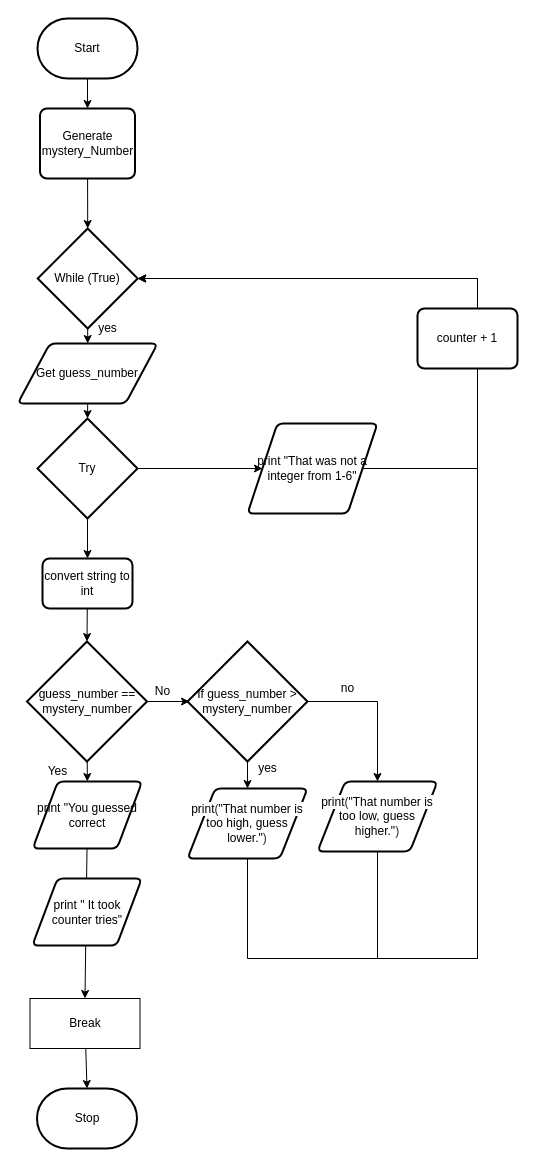
This is flowchart.drawio from Seti-Ngabo/ics4u-unit1-04-typescript, a draw.io file, before an edit. Source tidied: cells renumbered, new cells numbered last; positions are measured from the earlier drawing's top-left corner, leaving out a move shared by most shapes. Both pictures are drawn from the tidied source at 100%, with x=0, y=0 at pixel (17, 18).
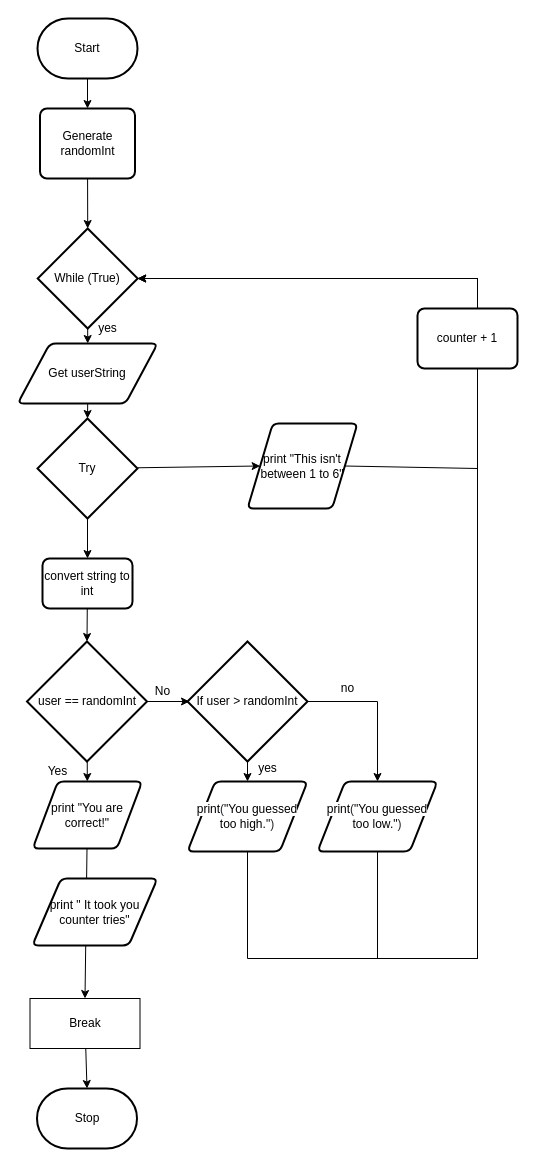
Above is the later version.

Diff of the diagram source:
```diff
@@
-    <mxCell id="5" value="print &quot;You guessed correct" style="shape=parallelogram;html=1;strokeWidth=2;perimeter=parallelogramPerimeter;whiteSpace=wrap;rounded=1;arcSize=12;size=0.23;" parent="1" vertex="1">
+    <mxCell id="5" value="print &quot;You are correct!&quot;" style="shape=parallelogram;html=1;strokeWidth=2;perimeter=parallelogramPerimeter;whiteSpace=wrap;rounded=1;arcSize=12;size=0.23;" parent="1" vertex="1">
       <mxGeometry x="15.2" y="763" width="109.5" height="67" as="geometry" />
     </mxCell>
@@
-    <mxCell id="9" value="&lt;span&gt;guess_number == mystery_number&lt;/span&gt;" style="strokeWidth=2;html=1;shape=mxgraph.flowchart.decision;whiteSpace=wrap;" parent="1" vertex="1">
+    <mxCell id="9" value="&lt;span&gt;user == randomInt&lt;/span&gt;" style="strokeWidth=2;html=1;shape=mxgraph.flowchart.decision;whiteSpace=wrap;" parent="1" vertex="1">
       <mxGeometry x="9.5" y="623" width="120" height="120" as="geometry" />
     </mxCell>
@@
-    <mxCell id="11" value="&lt;span&gt;Generate mystery_Number&lt;/span&gt;" style="rounded=1;whiteSpace=wrap;html=1;absoluteArcSize=1;arcSize=14;strokeWidth=2;" parent="1" vertex="1">
+    <mxCell id="11" value="&lt;span&gt;Generate randomInt&lt;/span&gt;" style="rounded=1;whiteSpace=wrap;html=1;absoluteArcSize=1;arcSize=14;strokeWidth=2;" parent="1" vertex="1">
       <mxGeometry x="22.5" y="90" width="95" height="70" as="geometry" />
     </mxCell>
@@
-    <mxCell id="13" value="print &quot;That was not a integer from 1-6&quot;" style="shape=parallelogram;html=1;strokeWidth=2;perimeter=parallelogramPerimeter;whiteSpace=wrap;rounded=1;arcSize=12;size=0.23;" parent="1" vertex="1">
-      <mxGeometry x="230" y="405" width="130" height="90" as="geometry" />
+    <mxCell id="13" value="print &quot;This isn't between 1 to 6&quot;" style="shape=parallelogram;html=1;strokeWidth=2;perimeter=parallelogramPerimeter;whiteSpace=wrap;rounded=1;arcSize=12;size=0.23;" parent="1" vertex="1">
+      <mxGeometry x="230" y="405" width="110" height="85" as="geometry" />
     </mxCell>
@@
-    <mxCell id="25" value="If guess_number &amp;gt; mystery_number" style="strokeWidth=2;html=1;shape=mxgraph.flowchart.decision;whiteSpace=wrap;" parent="1" vertex="1">
+    <mxCell id="25" value="If user &amp;gt; randomInt" style="strokeWidth=2;html=1;shape=mxgraph.flowchart.decision;whiteSpace=wrap;" parent="1" vertex="1">
       <mxGeometry x="170" y="623" width="120" height="120" as="geometry" />
     </mxCell>
@@
-    <mxCell id="27" value="&lt;span class=&quot;pl-en&quot; style=&quot;text-align: left ; box-sizing: border-box ; background-color: rgb(255 , 255 , 255)&quot;&gt;&lt;span class=&quot;pl-token&quot; style=&quot;box-sizing: border-box&quot;&gt;print&lt;/span&gt;&lt;/span&gt;&lt;span style=&quot;text-align: left ; color: rgb(36 , 41 , 47) ; background-color: rgb(255 , 255 , 255)&quot;&gt;(&lt;/span&gt;&lt;span class=&quot;pl-s&quot; style=&quot;text-align: left ; box-sizing: border-box ; background-color: rgb(255 , 255 , 255)&quot;&gt;&quot;That number is too high, guess lower.&quot;&lt;/span&gt;&lt;span style=&quot;text-align: left ; color: rgb(36 , 41 , 47) ; background-color: rgb(255 , 255 , 255)&quot;&gt;)&lt;/span&gt;" style="shape=parallelogram;html=1;strokeWidth=2;perimeter=parallelogramPerimeter;whiteSpace=wrap;rounded=1;arcSize=12;size=0.23;" parent="1" vertex="1">
-      <mxGeometry x="170" y="770" width="120" height="70" as="geometry" />
+    <mxCell id="27" value="&lt;span class=&quot;pl-en&quot; style=&quot;text-align: left ; box-sizing: border-box ; background-color: rgb(255 , 255 , 255)&quot;&gt;&lt;span class=&quot;pl-token&quot; style=&quot;box-sizing: border-box&quot;&gt;print&lt;/span&gt;&lt;/span&gt;&lt;span style=&quot;text-align: left ; color: rgb(36 , 41 , 47) ; background-color: rgb(255 , 255 , 255)&quot;&gt;(&lt;/span&gt;&lt;span class=&quot;pl-s&quot; style=&quot;text-align: left ; box-sizing: border-box ; background-color: rgb(255 , 255 , 255)&quot;&gt;&quot;You guessed too high.&quot;&lt;/span&gt;&lt;span style=&quot;text-align: left ; color: rgb(36 , 41 , 47) ; background-color: rgb(255 , 255 , 255)&quot;&gt;)&lt;/span&gt;" style="shape=parallelogram;html=1;strokeWidth=2;perimeter=parallelogramPerimeter;whiteSpace=wrap;rounded=1;arcSize=12;size=0.23;" parent="1" vertex="1">
+      <mxGeometry x="170" y="763" width="120" height="70" as="geometry" />
     </mxCell>
@@
-    <mxCell id="29" value="&lt;span class=&quot;pl-en&quot; style=&quot;text-align: left ; box-sizing: border-box ; background-color: rgb(255 , 255 , 255)&quot;&gt;&lt;span class=&quot;pl-token&quot; style=&quot;box-sizing: border-box&quot;&gt;print&lt;/span&gt;&lt;/span&gt;&lt;span style=&quot;text-align: left ; color: rgb(36 , 41 , 47) ; background-color: rgb(255 , 255 , 255)&quot;&gt;(&lt;/span&gt;&lt;span class=&quot;pl-s&quot; style=&quot;text-align: left ; box-sizing: border-box ; background-color: rgb(255 , 255 , 255)&quot;&gt;&quot;That number is too low, guess higher.&quot;&lt;/span&gt;&lt;span style=&quot;text-align: left ; color: rgb(36 , 41 , 47) ; background-color: rgb(255 , 255 , 255)&quot;&gt;)&lt;/span&gt;" style="shape=parallelogram;html=1;strokeWidth=2;perimeter=parallelogramPerimeter;whiteSpace=wrap;rounded=1;arcSize=12;size=0.23;" parent="1" vertex="1">
+    <mxCell id="29" value="&lt;span class=&quot;pl-en&quot; style=&quot;text-align: left ; box-sizing: border-box ; background-color: rgb(255 , 255 , 255)&quot;&gt;&lt;span class=&quot;pl-token&quot; style=&quot;box-sizing: border-box&quot;&gt;print&lt;/span&gt;&lt;/span&gt;&lt;span style=&quot;text-align: left ; color: rgb(36 , 41 , 47) ; background-color: rgb(255 , 255 , 255)&quot;&gt;(&lt;/span&gt;&lt;span class=&quot;pl-s&quot; style=&quot;text-align: left ; box-sizing: border-box ; background-color: rgb(255 , 255 , 255)&quot;&gt;&quot;You guessed too low.&quot;&lt;/span&gt;&lt;span style=&quot;text-align: left ; color: rgb(36 , 41 , 47) ; background-color: rgb(255 , 255 , 255)&quot;&gt;)&lt;/span&gt;" style="shape=parallelogram;html=1;strokeWidth=2;perimeter=parallelogramPerimeter;whiteSpace=wrap;rounded=1;arcSize=12;size=0.23;" parent="1" vertex="1">
       <mxGeometry x="300" y="763" width="120" height="70" as="geometry" />
     </mxCell>
@@
-    <mxCell id="34" value="print &quot; It took counter tries&quot;" style="shape=parallelogram;html=1;strokeWidth=2;perimeter=parallelogramPerimeter;whiteSpace=wrap;rounded=1;arcSize=12;size=0.23;" parent="1" vertex="1">
-      <mxGeometry x="14.8" y="860" width="109.5" height="67" as="geometry" />
+    <mxCell id="34" value="print &quot; It took you counter tries&quot;" style="shape=parallelogram;html=1;strokeWidth=2;perimeter=parallelogramPerimeter;whiteSpace=wrap;rounded=1;arcSize=12;size=0.23;" parent="1" vertex="1">
+      <mxGeometry x="14.8" y="860" width="125.2" height="67" as="geometry" />
     </mxCell>
@@
-    <mxCell id="37" value="Get guess_number" style="shape=parallelogram;html=1;strokeWidth=2;perimeter=parallelogramPerimeter;whiteSpace=wrap;rounded=1;arcSize=12;size=0.23;" parent="1" vertex="1">
+    <mxCell id="37" value="Get userString" style="shape=parallelogram;html=1;strokeWidth=2;perimeter=parallelogramPerimeter;whiteSpace=wrap;rounded=1;arcSize=12;size=0.23;" parent="1" vertex="1">
       <mxGeometry x="0.2" y="325" width="140" height="60" as="geometry" />
     </mxCell>
```
